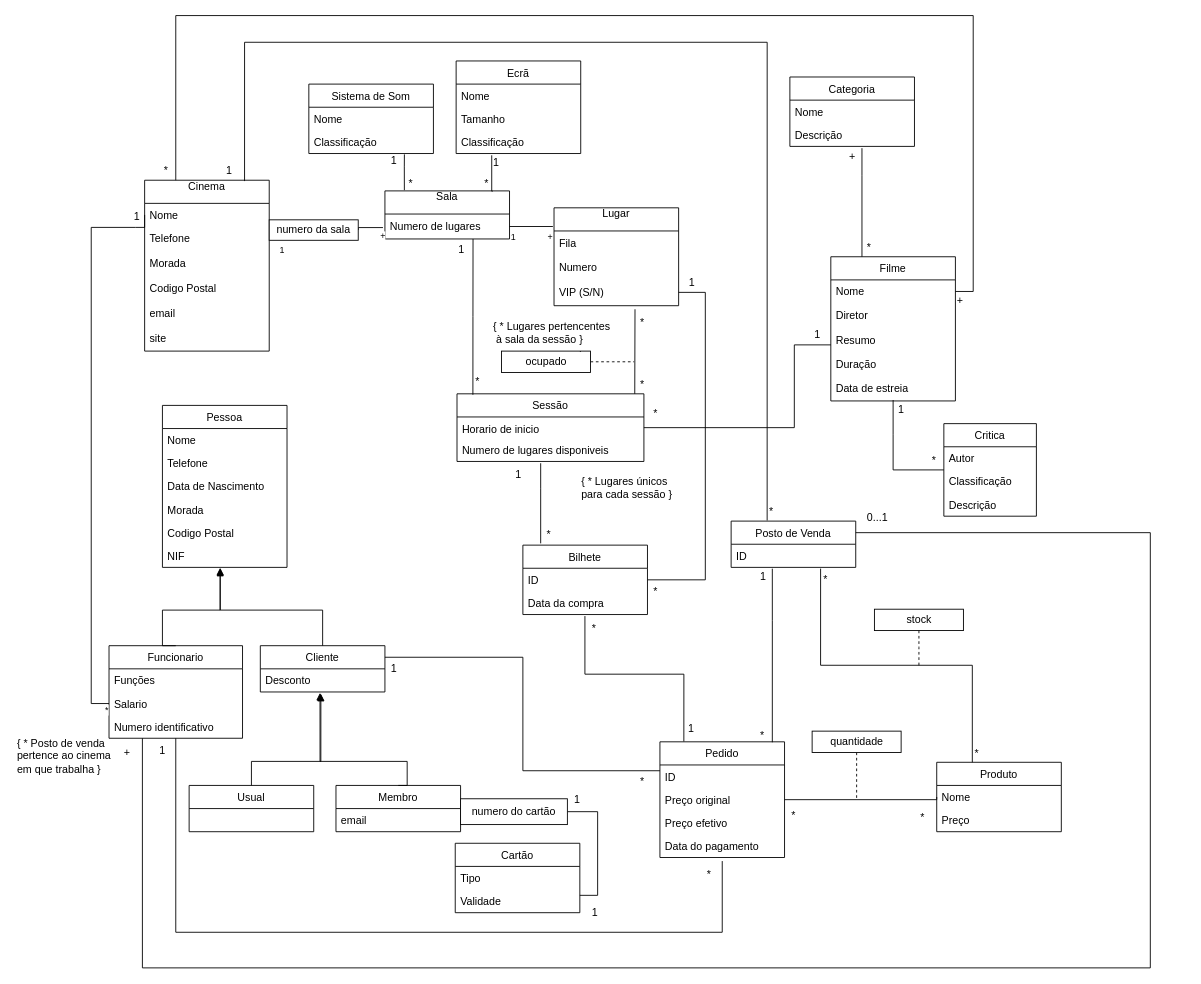
Above: UML.drawio in GambuzX/Movie-Theater-DB (draw.io), before the change. Source tidied: cells renumbered, new cells numbered last; positions are measured from the earlier drawing's top-left corner, leaving out a move shared by most shapes. Both pictures are drawn from the tidied source at 89%, with x=0, y=0 at pixel (15, 15).
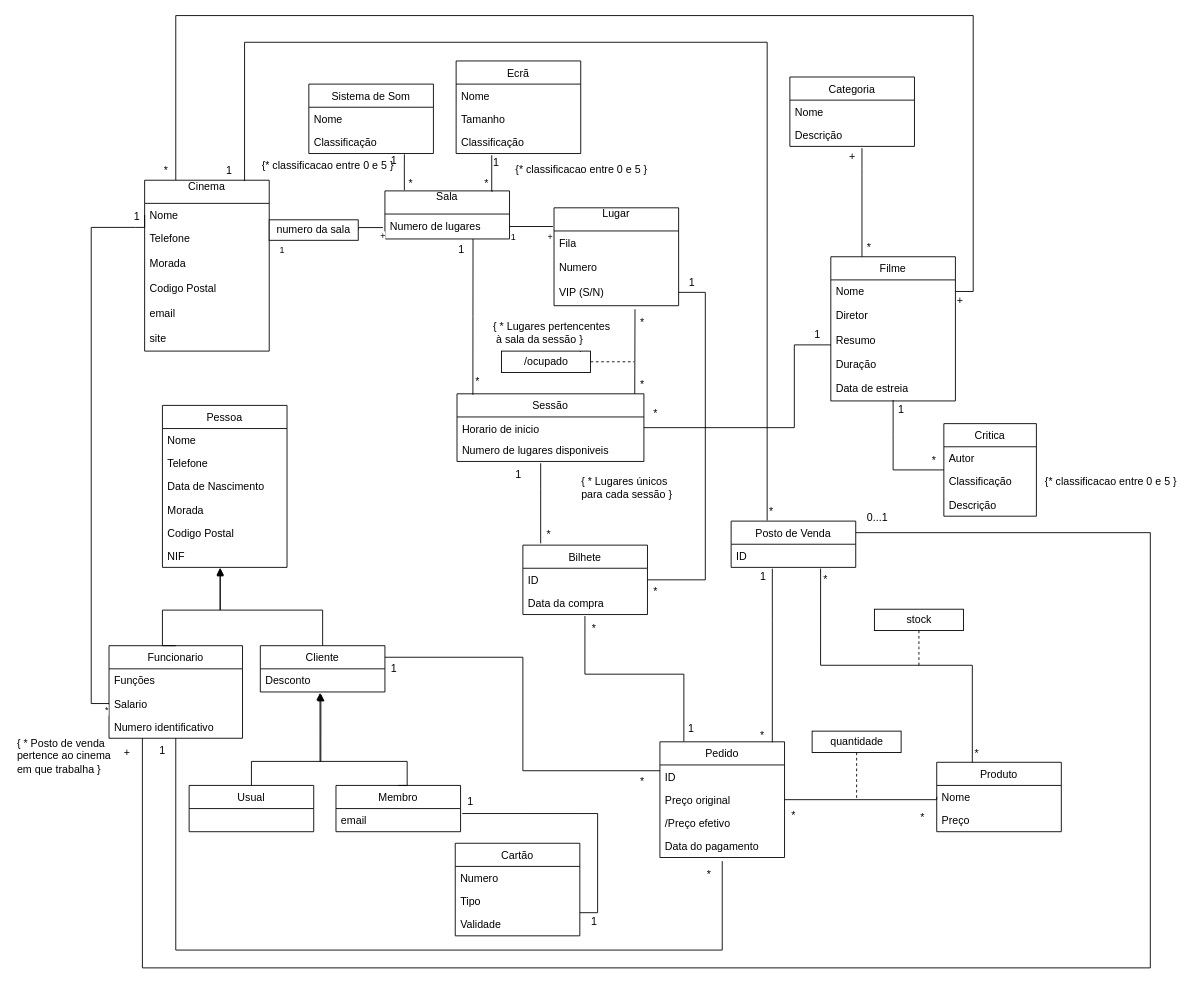
After the change.

Commit message:
Update after feedback

Unchanged cells that the change refers to:
```xml
<mxCell id="34" value="Funcionario" style="swimlane;fontStyle=0;horizontal=1;startSize=26;fillColor=none;" parent="1" vertex="1">
  <mxGeometry x="105" y="708" width="150" height="104" as="geometry" />
</mxCell>
<mxCell id="50" value="email" style="text;strokeColor=none;fillColor=none;align=left;verticalAlign=top;spacingLeft=4;spacingRight=4;overflow=hidden;points=[[0,0.5],[1,0.5]];portConstraint=eastwest;" parent="49" vertex="1">
  <mxGeometry y="26" width="140" height="26" as="geometry" />
</mxCell>
<mxCell id="83" value="Pedido" style="swimlane;fontStyle=0;horizontal=1;startSize=26;fillColor=none;" parent="1" vertex="1">
  <mxGeometry x="724" y="816" width="140" height="130" as="geometry" />
</mxCell>
```

Diff of the diagram source:
```diff
@@
     <mxCell id="32" style="edgeStyle=orthogonalEdgeStyle;rounded=0;jettySize=auto;html=1;exitX=0.5;exitY=1;exitDx=0;exitDy=0;endArrow=none;endFill=0;" parent="1" edge="1" source="34">
       <mxGeometry relative="1" as="geometry">
         <mxPoint x="794" y="950" as="targetPoint" />
         <Array as="points">
-          <mxPoint x="180" y="1030" />
-          <mxPoint x="794" y="1030" />
+          <mxPoint x="180" y="1050" />
+          <mxPoint x="794" y="1050" />
         </Array>
       </mxGeometry>
     </mxCell>
@@
-    <mxCell id="86" value="Preço efetivo" style="text;strokeColor=none;fillColor=none;align=left;verticalAlign=top;spacingLeft=4;spacingRight=4;overflow=hidden;" parent="83" vertex="1">
+    <mxCell id="86" value="/Preço efetivo" style="text;strokeColor=none;fillColor=none;align=left;verticalAlign=top;spacingLeft=4;spacingRight=4;overflow=hidden;" parent="83" vertex="1">
       <mxGeometry y="78" width="140" height="26" as="geometry" />
     </mxCell>
@@
     <mxCell id="117" value="Cartão" style="swimlane;fontStyle=0;horizontal=1;startSize=26;fillColor=none;" parent="1" vertex="1">
-      <mxGeometry x="494" y="930" width="140" height="78" as="geometry" />
+      <mxGeometry x="494" y="930" width="140" height="104" as="geometry" />
     </mxCell>
+    <mxCell id="152" value="Numero&#10;" style="text;strokeColor=none;fillColor=none;align=left;verticalAlign=top;spacingLeft=4;spacingRight=4;overflow=hidden;" parent="117" vertex="1">
+      <mxGeometry y="26" width="140" height="26" as="geometry" />
+    </mxCell>
     <mxCell id="118" value="Tipo" style="text;strokeColor=none;fillColor=none;align=left;verticalAlign=top;spacingLeft=4;spacingRight=4;overflow=hidden;" parent="117" vertex="1">
-      <mxGeometry y="26" width="140" height="26" as="geometry" />
+      <mxGeometry y="52" width="140" height="26" as="geometry" />
     </mxCell>
     <mxCell id="119" value="Validade" style="text;strokeColor=none;fillColor=none;align=left;verticalAlign=top;spacingLeft=4;spacingRight=4;overflow=hidden;" parent="117" vertex="1">
-      <mxGeometry y="52" width="140" height="26" as="geometry" />
+      <mxGeometry y="78" width="140" height="26" as="geometry" />
     </mxCell>
-    <mxCell id="120" style="edgeStyle=orthogonalEdgeStyle;rounded=0;jettySize=auto;html=1;exitX=1;exitY=0.75;exitDx=0;exitDy=0;endArrow=none;endFill=0;entryX=1;entryY=0.5;entryDx=0;entryDy=0;" parent="1" edge="1" source="117" target="121">
+    <mxCell id="120" style="edgeStyle=orthogonalEdgeStyle;rounded=0;jettySize=auto;html=1;exitX=1;exitY=0.75;exitDx=0;exitDy=0;endArrow=none;endFill=0;entryX=1.013;entryY=0.215;entryDx=0;entryDy=0;entryPerimeter=0;" parent="1" edge="1" source="117" target="50">
       <mxGeometry relative="1" as="geometry" />
     </mxCell>
-    <mxCell id="121" value="numero do cartão" style="rounded=0;whiteSpace=wrap;html=1;" parent="1" vertex="1">
-      <mxGeometry x="500" y="880" width="120" height="29" as="geometry" />
-    </mxCell>
     <mxCell id="122" value="1" style="text;html=1;align=left;verticalAlign=top;spacingTop=-4;" parent="1" vertex="1">
-      <mxGeometry x="646" y="998" width="20" height="20" as="geometry" />
+      <mxGeometry x="645" y="1008" width="20" height="20" as="geometry" />
     </mxCell>
     <mxCell id="123" value="1" style="text;html=1;align=left;verticalAlign=top;spacingTop=-4;" parent="1" vertex="1">
-      <mxGeometry x="626" y="871" width="20" height="20" as="geometry" />
+      <mxGeometry x="506" y="874" width="20" height="20" as="geometry" />
     </mxCell>
@@
-    <mxCell id="146" value="ocupado" style="html=1;" parent="1" vertex="1">
+    <mxCell id="146" value="/ocupado" style="html=1;" parent="1" vertex="1">
       <mxGeometry x="546" y="377" width="100" height="24" as="geometry" />
     </mxCell>
@@
+    <mxCell id="153" value="{* classificacao entre 0 e 5 }" style="text;html=1;align=left;verticalAlign=top;spacingTop=-4;" parent="1" vertex="1">
+      <mxGeometry x="1155" y="513.5" width="160" height="20" as="geometry" />
+    </mxCell>
+    <mxCell id="154" value="{* classificacao entre 0 e 5 }" style="text;html=1;align=left;verticalAlign=top;spacingTop=-4;" parent="1" vertex="1">
+      <mxGeometry x="560" y="162.5" width="160" height="20" as="geometry" />
+    </mxCell>
+    <mxCell id="155" value="{* classificacao entre 0 e 5 }" style="text;html=1;align=left;verticalAlign=top;spacingTop=-4;" parent="1" vertex="1">
+      <mxGeometry x="275" y="159" width="160" height="20" as="geometry" />
+    </mxCell>
```
